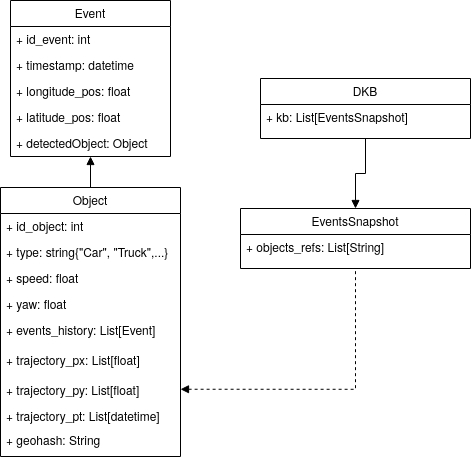
class-euproject/dataclay-class keeps this draw.io diagram as imgs/class-dataclay-model.png. Above is the earlier version. Source tidied: cells renumbered, new cells last; positions are measured from the earlier drawing's top-left corner, leaving out a move shared by most shapes.
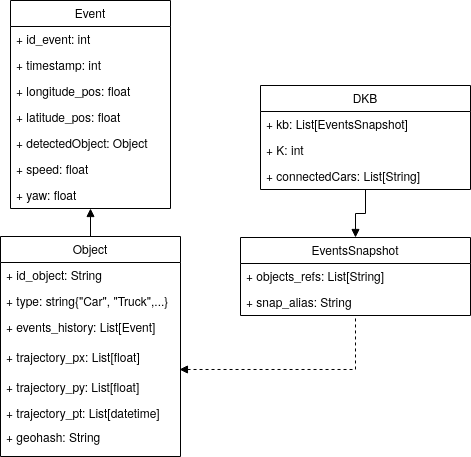
Above is the later version.

Commit message:
Cleaned code, clarified method definition and updated UML diagram

The edit, as a diff of the source:
```diff
@@ -6,12 +6,12 @@
       <mxGeometry relative="1" as="geometry" />
     </mxCell>
     <mxCell id="3" value="Event" style="swimlane;fontStyle=0;align=center;verticalAlign=top;horizontal=1;startSize=26;rounded=0;shadow=0;strokeWidth=1;" parent="1" vertex="1">
-      <mxGeometry x="10" width="160" height="156" as="geometry" />
+      <mxGeometry x="10" width="160" height="208" as="geometry" />
     </mxCell>
     <mxCell id="4" value="+ id_event: int" style="text;align=left;verticalAlign=top;spacingLeft=4;spacingRight=4;overflow=hidden;" parent="3" vertex="1">
       <mxGeometry y="26" width="160" height="26" as="geometry" />
     </mxCell>
-    <mxCell id="5" value="+ timestamp: datetime" style="text;align=left;verticalAlign=top;spacingLeft=4;spacingRight=4;overflow=hidden;" parent="3" vertex="1">
+    <mxCell id="5" value="+ timestamp: int" style="text;align=left;verticalAlign=top;spacingLeft=4;spacingRight=4;overflow=hidden;" parent="3" vertex="1">
       <mxGeometry y="52" width="160" height="26" as="geometry" />
     </mxCell>
     <mxCell id="6" value="+ longitude_pos: float" style="text;align=left;verticalAlign=top;spacingLeft=4;spacingRight=4;overflow=hidden;" parent="3" vertex="1">
@@ -23,53 +23,62 @@
     <mxCell id="8" value="+ detectedObject: Object" style="text;align=left;verticalAlign=top;spacingLeft=4;spacingRight=4;overflow=hidden;" parent="3" vertex="1">
       <mxGeometry y="130" width="160" height="26" as="geometry" />
     </mxCell>
+    <mxCell id="13" value="+ speed: float" style="text;align=left;verticalAlign=top;spacingLeft=4;spacingRight=4;overflow=hidden;" parent="3" vertex="1">
+      <mxGeometry y="156" width="160" height="26" as="geometry" />
+    </mxCell>
+    <mxCell id="14" value="+ yaw: float" style="text;align=left;verticalAlign=top;spacingLeft=4;spacingRight=4;overflow=hidden;" parent="3" vertex="1">
+      <mxGeometry y="182" width="160" height="26" as="geometry" />
+    </mxCell>
-    <mxCell id="9" style="edgeStyle=orthogonalEdgeStyle;rounded=0;jettySize=auto;html=1;exitX=1;exitY=0.75;exitDx=0;exitDy=0;startArrow=block;startFill=1;endArrow=none;endFill=0;dashed=1;entryX=0.5;entryY=1;entryDx=0;entryDy=0;" parent="1" edge="1" source="10" target="21">
+    <mxCell id="9" style="edgeStyle=orthogonalEdgeStyle;rounded=0;jettySize=auto;html=1;exitX=0.994;exitY=0.833;exitDx=0;exitDy=0;startArrow=block;startFill=1;endArrow=none;endFill=0;dashed=1;entryX=0.5;entryY=1;entryDx=0;entryDy=0;exitPerimeter=0;" parent="1" edge="1" source="16" target="21">
       <mxGeometry relative="1" as="geometry" />
     </mxCell>
     <mxCell id="10" value="Object" style="swimlane;fontStyle=0;align=center;verticalAlign=top;horizontal=1;startSize=26;rounded=0;shadow=0;strokeWidth=1;" parent="1" vertex="1">
-      <mxGeometry y="187" width="180" height="269" as="geometry" />
+      <mxGeometry y="236" width="180" height="220" as="geometry" />
     </mxCell>
-    <mxCell id="11" value="+ id_object: int" style="text;align=left;verticalAlign=top;spacingLeft=4;spacingRight=4;overflow=hidden;" parent="10" vertex="1">
+    <mxCell id="11" value="+ id_object: String" style="text;align=left;verticalAlign=top;spacingLeft=4;spacingRight=4;overflow=hidden;" parent="10" vertex="1">
       <mxGeometry y="26" width="180" height="26" as="geometry" />
     </mxCell>
     <mxCell id="12" value="+ type: string{&quot;Car&quot;, &quot;Truck&quot;,...}" style="text;align=left;verticalAlign=top;spacingLeft=4;spacingRight=4;overflow=hidden;" parent="10" vertex="1">
       <mxGeometry y="52" width="180" height="26" as="geometry" />
     </mxCell>
-    <mxCell id="13" value="+ speed: float" style="text;align=left;verticalAlign=top;spacingLeft=4;spacingRight=4;overflow=hidden;" parent="10" vertex="1">
-      <mxGeometry y="78" width="180" height="26" as="geometry" />
-    </mxCell>
-    <mxCell id="14" value="+ yaw: float" style="text;align=left;verticalAlign=top;spacingLeft=4;spacingRight=4;overflow=hidden;" parent="10" vertex="1">
-      <mxGeometry y="104" width="180" height="26" as="geometry" />
-    </mxCell>
     <mxCell id="15" value="+ events_history: List[Event]" style="text;align=left;verticalAlign=top;spacingLeft=4;spacingRight=4;overflow=hidden;" parent="10" vertex="1">
-      <mxGeometry y="130" width="180" height="30" as="geometry" />
+      <mxGeometry y="78" width="180" height="30" as="geometry" />
     </mxCell>
     <mxCell id="16" value="+ trajectory_px: List[float]" style="text;align=left;verticalAlign=top;spacingLeft=4;spacingRight=4;overflow=hidden;points=[[0,0.5],[1,0.5]];portConstraint=eastwest;" parent="10" vertex="1">
-      <mxGeometry y="160" width="180" height="30" as="geometry" />
+      <mxGeometry y="108" width="180" height="30" as="geometry" />
     </mxCell>
     <mxCell id="17" value="+ trajectory_py: List[float]" style="text;align=left;verticalAlign=top;spacingLeft=4;spacingRight=4;overflow=hidden;" parent="10" vertex="1">
-      <mxGeometry y="190" width="180" height="26" as="geometry" />
+      <mxGeometry y="138" width="180" height="26" as="geometry" />
     </mxCell>
     <mxCell id="18" value="+ trajectory_pt: List[datetime]" style="text;align=left;verticalAlign=top;spacingLeft=4;spacingRight=4;overflow=hidden;" parent="10" vertex="1">
-      <mxGeometry y="216" width="180" height="24" as="geometry" />
+      <mxGeometry y="164" width="180" height="24" as="geometry" />
     </mxCell>
     <mxCell id="19" value="+ geohash: String" style="text;align=left;verticalAlign=top;spacingLeft=4;spacingRight=4;overflow=hidden;" parent="10" vertex="1">
-      <mxGeometry y="240" width="180" height="26" as="geometry" />
+      <mxGeometry y="188" width="180" height="26" as="geometry" />
     </mxCell>
     <mxCell id="20" style="edgeStyle=orthogonalEdgeStyle;rounded=0;jettySize=auto;html=1;exitX=0.5;exitY=1;exitDx=0;exitDy=0;entryX=0.5;entryY=0;entryDx=0;entryDy=0;startArrow=none;startFill=0;endArrow=block;endFill=1;" parent="1" edge="1" source="23" target="21">
       <mxGeometry relative="1" as="geometry" />
     </mxCell>
     <mxCell id="21" value="EventsSnapshot" style="swimlane;fontStyle=0;align=center;verticalAlign=top;horizontal=1;startSize=26;rounded=0;shadow=0;strokeWidth=1;" parent="1" vertex="1">
-      <mxGeometry x="240" y="208" width="230" height="60" as="geometry" />
+      <mxGeometry x="240" y="237" width="230" height="78" as="geometry" />
     </mxCell>
     <mxCell id="22" value="+ objects_refs: List[String]&#10;" style="text;align=left;verticalAlign=top;spacingLeft=4;spacingRight=4;overflow=hidden;" parent="21" vertex="1">
       <mxGeometry y="26" width="230" height="26" as="geometry" />
     </mxCell>
+    <mxCell id="25" value="+ snap_alias: String&#10;" style="text;align=left;verticalAlign=top;spacingLeft=4;spacingRight=4;overflow=hidden;" parent="21" vertex="1">
+      <mxGeometry y="52" width="230" height="26" as="geometry" />
+    </mxCell>
     <mxCell id="23" value="DKB" style="swimlane;fontStyle=0;align=center;verticalAlign=top;horizontal=1;startSize=26;rounded=0;shadow=0;strokeWidth=1;" parent="1" vertex="1">
-      <mxGeometry x="260" y="78" width="210" height="60" as="geometry" />
+      <mxGeometry x="260" y="85" width="210" height="104" as="geometry" />
     </mxCell>
     <mxCell id="24" value="+ kb: List[EventsSnapshot]" style="text;align=left;verticalAlign=top;spacingLeft=4;spacingRight=4;overflow=hidden;rounded=0;shadow=0;html=0;" parent="23" vertex="1">
       <mxGeometry y="26" width="210" height="26" as="geometry" />
     </mxCell>
+    <mxCell id="26" value="+ K: int" style="text;align=left;verticalAlign=top;spacingLeft=4;spacingRight=4;overflow=hidden;rounded=0;shadow=0;html=0;" parent="23" vertex="1">
+      <mxGeometry y="52" width="210" height="26" as="geometry" />
+    </mxCell>
+    <mxCell id="27" value="+ connectedCars: List[String]" style="text;align=left;verticalAlign=top;spacingLeft=4;spacingRight=4;overflow=hidden;rounded=0;shadow=0;html=0;" parent="23" vertex="1">
+      <mxGeometry y="78" width="210" height="26" as="geometry" />
+    </mxCell>
   </root>
 </mxGraphModel>
```
